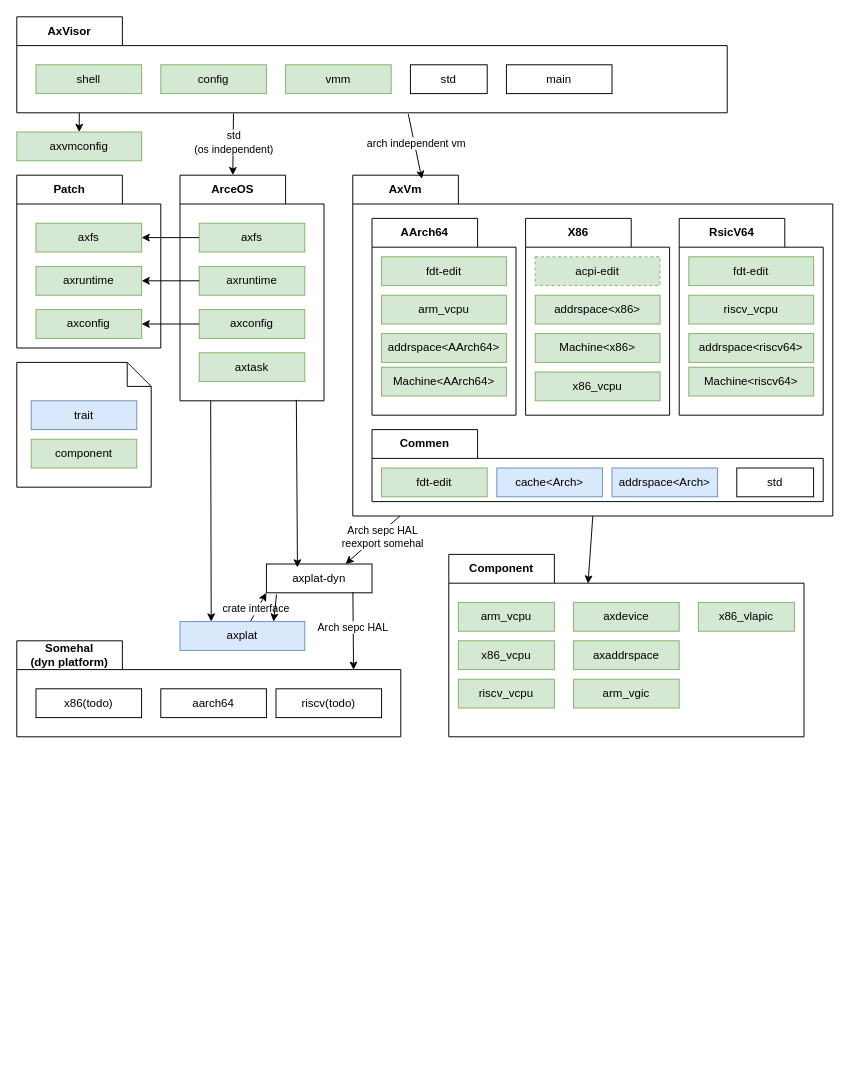
Earlier version of the draw.io diagram doc/changelog/v0.3.0/layout.dio (arceos-hypervisor/axvisor). Source tidied: cells renumbered, new cells numbered last; positions are measured from the earlier drawing's top-left corner, leaving out a move shared by most shapes. Both pictures are drawn from the tidied source at 96%, with x=0, y=0 at pixel (16, 16).
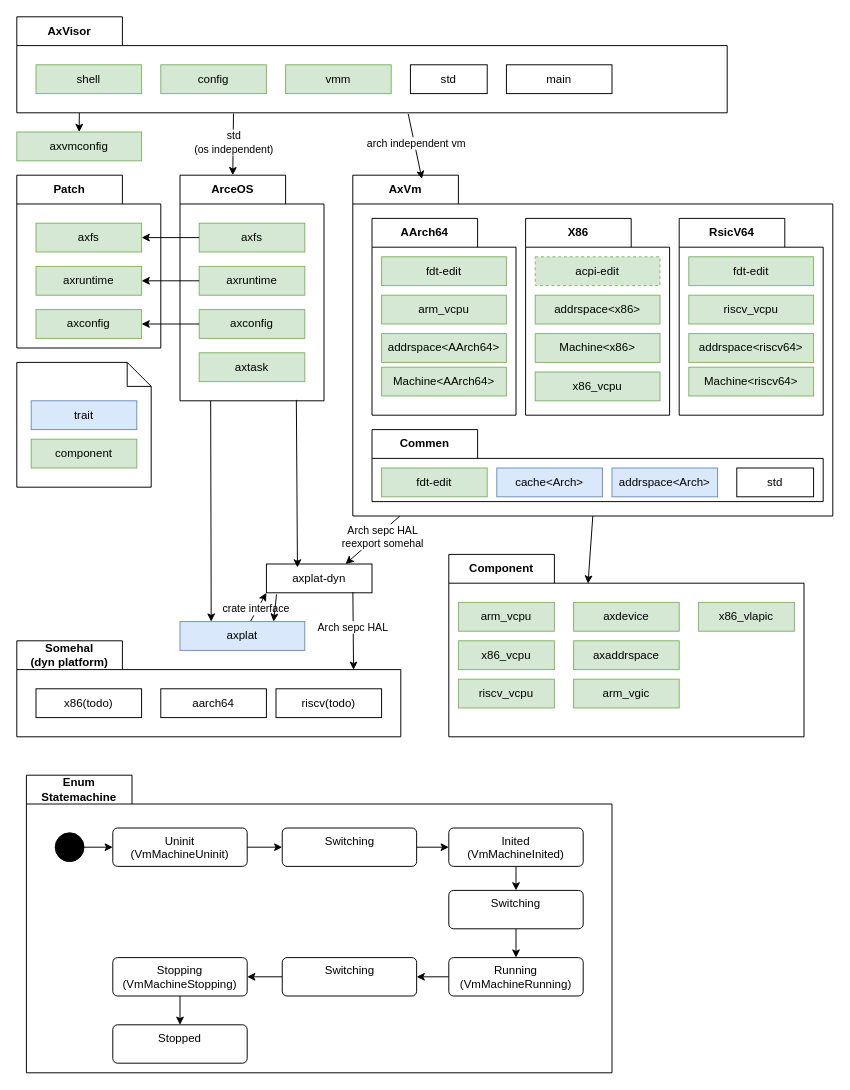
Above is the later version.

Change to the diagram source:
```diff
@@
+    <mxCell id="74" value="Enum Statemachine" style="shape=folder;fontStyle=1;tabWidth=110;tabHeight=30;tabPosition=left;html=1;boundedLbl=1;labelInHeader=1;whiteSpace=wrap;" parent="1" vertex="1">
+      <mxGeometry x="10" y="790" width="610" height="310" as="geometry" />
+    </mxCell>
+    <mxCell id="75" style="edgeStyle=none;html=1;entryX=0;entryY=0.5;entryDx=0;entryDy=0;" parent="74" edge="1" source="76" target="78">
+      <mxGeometry relative="1" as="geometry" />
+    </mxCell>
+    <mxCell id="76" style="ellipse;fillColor=strokeColor;html=1;" parent="74" vertex="1">
+      <mxGeometry x="30" y="60" width="30" height="30" as="geometry" />
+    </mxCell>
+    <mxCell id="77" style="edgeStyle=none;html=1;entryX=0;entryY=0.5;entryDx=0;entryDy=0;" parent="74" edge="1" source="78" target="80">
+      <mxGeometry relative="1" as="geometry" />
+    </mxCell>
+    <mxCell id="78" value="Uninit&lt;div&gt;(VmMachineUninit)&lt;/div&gt;" style="html=1;align=center;verticalAlign=top;rounded=1;absoluteArcSize=1;arcSize=10;dashed=0;whiteSpace=wrap;" parent="74" vertex="1">
+      <mxGeometry x="90" y="55" width="140" height="40" as="geometry" />
+    </mxCell>
+    <mxCell id="79" style="edgeStyle=none;html=1;" parent="74" edge="1" source="80" target="82">
+      <mxGeometry relative="1" as="geometry" />
+    </mxCell>
+    <mxCell id="80" value="Switching" style="html=1;align=center;verticalAlign=top;rounded=1;absoluteArcSize=1;arcSize=10;dashed=0;whiteSpace=wrap;" parent="74" vertex="1">
+      <mxGeometry x="266.5" y="55" width="140" height="40" as="geometry" />
+    </mxCell>
+    <mxCell id="81" style="edgeStyle=none;html=1;entryX=0.5;entryY=0;entryDx=0;entryDy=0;" parent="74" edge="1" source="82" target="88">
+      <mxGeometry relative="1" as="geometry" />
+    </mxCell>
+    <mxCell id="82" value="Inited&lt;div&gt;(VmMachineInited)&lt;/div&gt;" style="html=1;align=center;verticalAlign=top;rounded=1;absoluteArcSize=1;arcSize=10;dashed=0;whiteSpace=wrap;" parent="74" vertex="1">
+      <mxGeometry x="440" y="55" width="140" height="40" as="geometry" />
+    </mxCell>
+    <mxCell id="83" style="edgeStyle=none;html=1;entryX=1;entryY=0.5;entryDx=0;entryDy=0;" parent="74" edge="1" source="84" target="90">
+      <mxGeometry relative="1" as="geometry" />
+    </mxCell>
+    <mxCell id="84" value="Running&lt;div&gt;(VmMachineRunning)&lt;/div&gt;" style="html=1;align=center;verticalAlign=top;rounded=1;absoluteArcSize=1;arcSize=10;dashed=0;whiteSpace=wrap;" parent="74" vertex="1">
+      <mxGeometry x="440" y="190" width="140" height="40" as="geometry" />
+    </mxCell>
+    <mxCell id="85" style="edgeStyle=none;html=1;entryX=0.5;entryY=0;entryDx=0;entryDy=0;" parent="74" edge="1" source="86" target="91">
+      <mxGeometry relative="1" as="geometry" />
+    </mxCell>
+    <mxCell id="86" value="Stopping&lt;div&gt;(VmMachineStopping)&lt;/div&gt;" style="html=1;align=center;verticalAlign=top;rounded=1;absoluteArcSize=1;arcSize=10;dashed=0;whiteSpace=wrap;" parent="74" vertex="1">
+      <mxGeometry x="90" y="190" width="140" height="40" as="geometry" />
+    </mxCell>
+    <mxCell id="87" style="edgeStyle=none;html=1;entryX=0.5;entryY=0;entryDx=0;entryDy=0;" parent="74" edge="1" source="88" target="84">
+      <mxGeometry relative="1" as="geometry" />
+    </mxCell>
+    <mxCell id="88" value="Switching" style="html=1;align=center;verticalAlign=top;rounded=1;absoluteArcSize=1;arcSize=10;dashed=0;whiteSpace=wrap;" parent="74" vertex="1">
+      <mxGeometry x="440" y="120" width="140" height="40" as="geometry" />
+    </mxCell>
+    <mxCell id="89" style="edgeStyle=none;html=1;entryX=1;entryY=0.5;entryDx=0;entryDy=0;" parent="74" edge="1" source="90" target="86">
+      <mxGeometry relative="1" as="geometry" />
+    </mxCell>
+    <mxCell id="90" value="Switching" style="html=1;align=center;verticalAlign=top;rounded=1;absoluteArcSize=1;arcSize=10;dashed=0;whiteSpace=wrap;" parent="74" vertex="1">
+      <mxGeometry x="266.5" y="190" width="140" height="40" as="geometry" />
+    </mxCell>
+    <mxCell id="91" value="Stopped" style="html=1;align=center;verticalAlign=top;rounded=1;absoluteArcSize=1;arcSize=10;dashed=0;whiteSpace=wrap;" parent="74" vertex="1">
+      <mxGeometry x="90" y="260" width="140" height="40" as="geometry" />
+    </mxCell>
```
